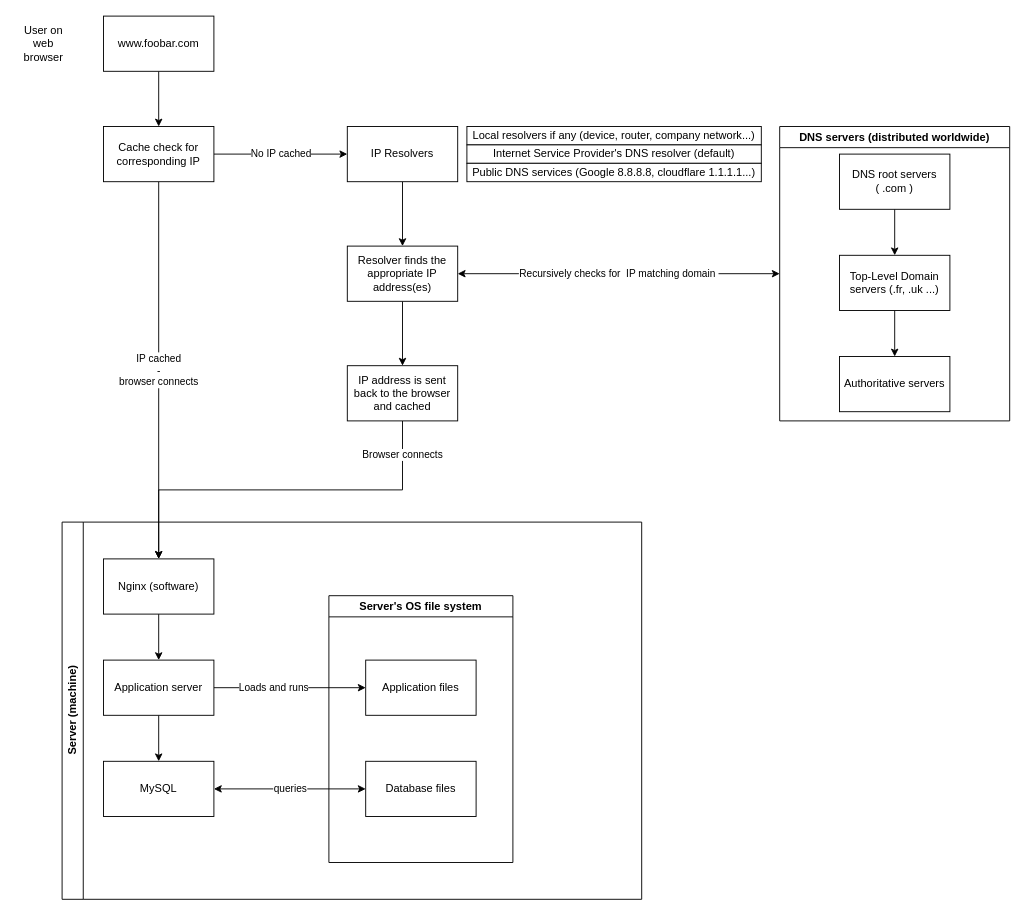
jmitchell35/holbertonschool-system_engineering-devops keeps this draw.io diagram as web_infrastructure_design/0-simple_web_stack.drawio. Above is the earlier version. Source tidied: cells renumbered, new cells numbered last; positions are measured from the earlier drawing's top-left corner, leaving out a move shared by most shapes. Both pictures are drawn from the tidied source at 92%, with x=0, y=0 at pixel (16, 16).
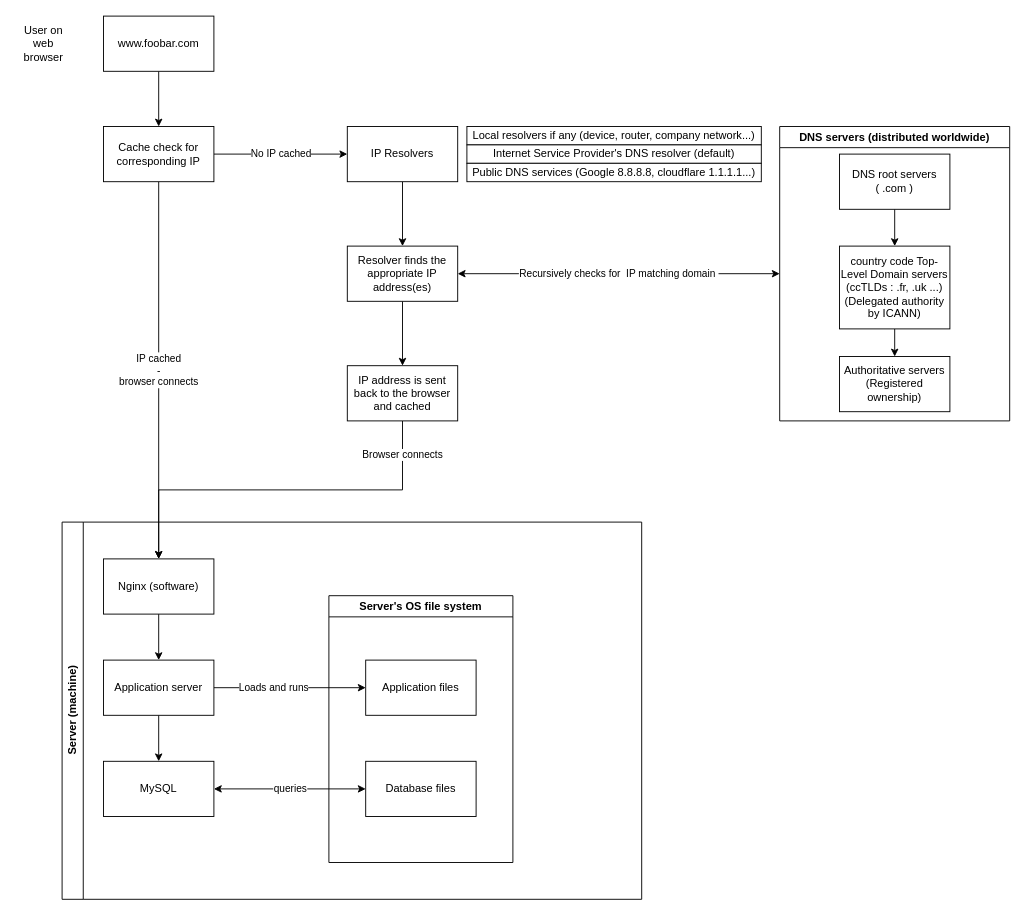
After the change.

Commit message:
Update DNS server details

Unchanged cells that the change refers to:
```xml
<mxCell id="29" value="DNS servers (distributed worldwide)" style="swimlane;whiteSpace=wrap;html=1;" parent="1" vertex="1">
  <mxGeometry x="830" y="120" width="250" height="320" as="geometry" />
</mxCell>
```

Change to the diagram source:
```diff
@@
-    <mxCell id="33" value="Top-Level Domain servers (.fr, .uk ...)" style="rounded=0;whiteSpace=wrap;html=1;" parent="29" vertex="1">
-      <mxGeometry x="65" y="140" width="120" height="60" as="geometry" />
+    <mxCell id="33" value="country code Top-Level Domain servers (ccTLDs : .fr, .uk ...)&lt;br&gt;(Delegated authority by ICANN)" style="rounded=0;whiteSpace=wrap;html=1;" parent="29" vertex="1">
+      <mxGeometry x="65" y="130" width="120" height="90" as="geometry" />
     </mxCell>
-    <mxCell id="34" value="&lt;div&gt;Authoritative servers&lt;/div&gt;" style="rounded=0;whiteSpace=wrap;html=1;" parent="29" vertex="1">
+    <mxCell id="34" value="&lt;div&gt;Authoritative servers&lt;br&gt;(Registered ownership)&lt;/div&gt;" style="rounded=0;whiteSpace=wrap;html=1;" parent="29" vertex="1">
       <mxGeometry x="65" y="250" width="120" height="60" as="geometry" />
     </mxCell>
```
